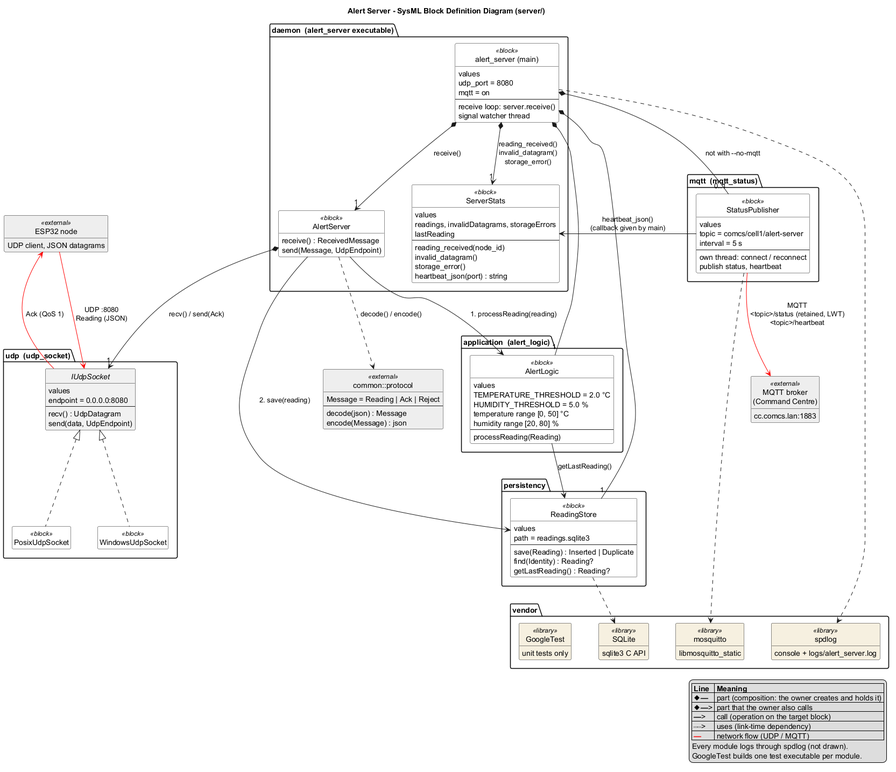
Before: docs/images/alert_server_blocks.png, a diagram exported from PlantUML (Sagiri197/project-comcs2627msc1a).
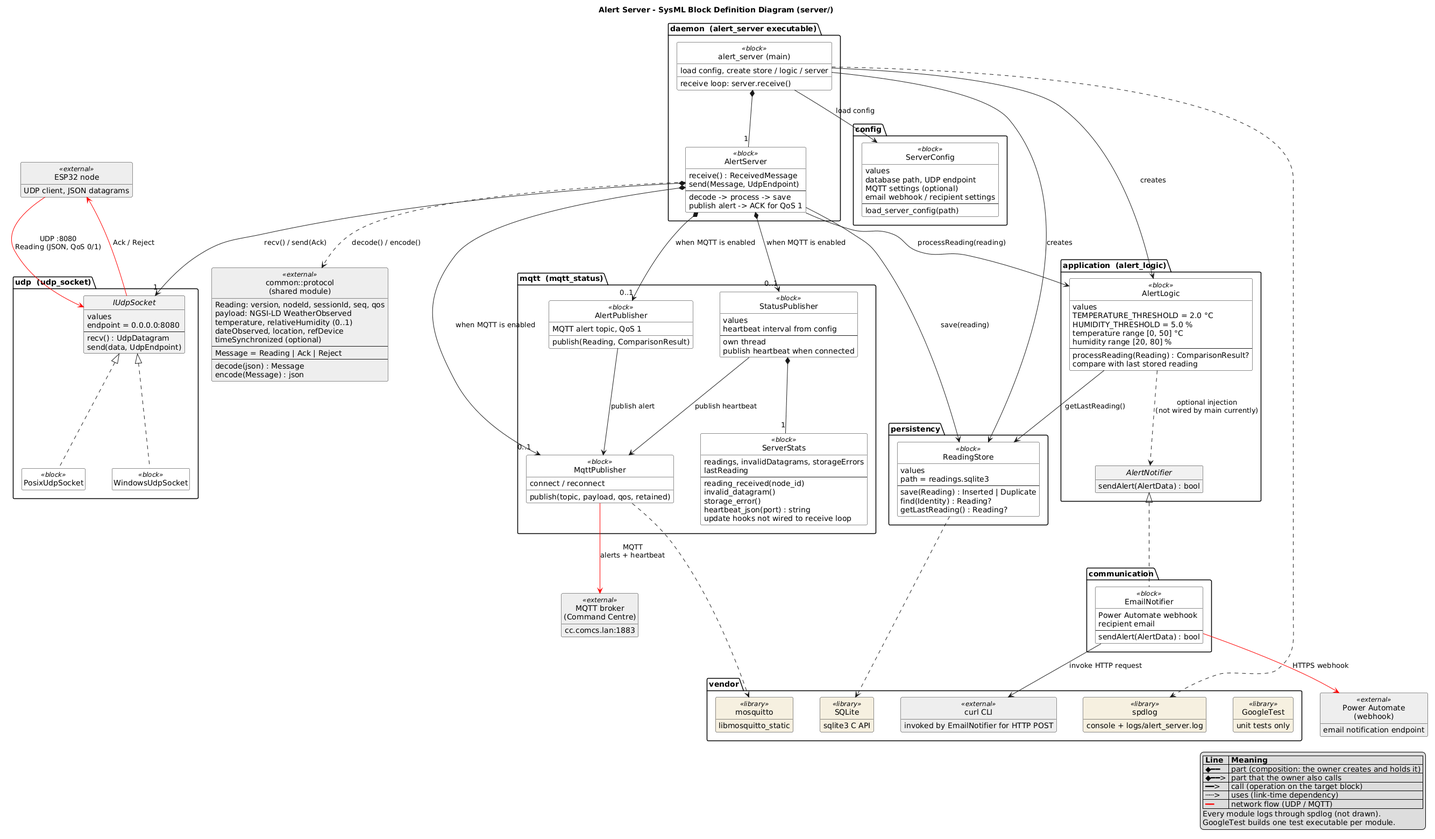
The same file after the commit.

The edit, as a diff of the source:
```diff
@@ -31,35 +31,44 @@
 class "MQTT broker\n(Command Centre)" as BROKER <<external>> {
   cc.comcs.lan:1883
 }
-class "common::protocol" as PROTOCOL <<external>> {
+class "common::protocol\n(shared module)" as PROTOCOL <<external>> {
+  Reading: version, nodeId, sessionId, seq, qos
+  payload: NGSI-LD WeatherObserved
+  temperature, relativeHumidity (0..1)
+  dateObserved, location, refDevice
+  timeSynchronized (optional)
+  --
   Message = Reading | Ack | Reject
   --
   decode(json) : Message
   encode(Message) : json
 }
+class "Power Automate\n(webhook)" as POWER_AUTOMATE <<external>> {
+  email notification endpoint
+}
 
 package "daemon  (alert_server executable)" as DAEMON {
   class "alert_server (main)" as MAIN <<block>> {
-    values
-    udp_port = 8080
-    mqtt = on
-    --
+    load config, create store / logic / server
     receive loop: server.receive()
-    signal watcher thread
   }
   class "AlertServer" as SERVER <<block>> {
     receive() : ReceivedMessage
     send(Message, UdpEndpoint)
+    --
+    decode -> process -> save
+    publish alert -> ACK for QoS 1
   }
-  class "ServerStats" as STATS <<block>> {
+}
+
+package "config" as CONFIG {
+  class "ServerConfig" as SETTINGS <<block>> {
     values
-    readings, invalidDatagrams, storageErrors
-    lastReading
+    database path, UDP endpoint
+    MQTT settings (optional)
+    email webhook / recipient settings
     --
-    reading_received(node_id)
-    invalid_datagram()
-    storage_error()
-    heartbeat_json(port) : string
+    load_server_config(path)
   }
 }
 
@@ -71,7 +80,11 @@
     temperature range [0, 50] °C
     humidity range [20, 80] %
     --
-    processReading(Reading)
+    processReading(Reading) : ComparisonResult?
+    compare with last stored reading
+  }
+  interface "AlertNotifier" as NOTIFIER {
+    sendAlert(AlertData) : bool
   }
 }
 
@@ -84,6 +97,16 @@
     find(Identity) : Reading?
     getLastReading() : Reading?
   }
+}
+
+package "communication" as COMM {
+  class "EmailNotifier" as EMAIL <<block>> {
+    Power Automate webhook
+    recipient email
+    --
+    sendAlert(AlertData) : bool
+  }
+  EMAIL .up.|> NOTIFIER
 }
 
 package "udp  (udp_socket)" as UDP {
@@ -101,13 +124,30 @@
 }
 
 package "mqtt  (mqtt_status)" as MQTT {
-  class "StatusPublisher" as PUBLISHER <<block>> {
+  class "MqttPublisher" as MQTTPUB <<block>> {
+    connect / reconnect
+    publish(topic, payload, qos, retained)
+  }
+  class "AlertPublisher" as ALERTPUB <<block>> {
+    publish(Reading, ComparisonResult)
+    MQTT alert topic, QoS 1
+  }
+  class "StatusPublisher" as STATUS <<block>> {
     values
-    topic = comcs/cell1/alert-server
-    interval = 5 s
+    heartbeat interval from config
     --
-    own thread: connect / reconnect
-    publish status, heartbeat
+    own thread
+    publish heartbeat when connected
+  }
+  class "ServerStats" as STATS <<block>> {
+    readings, invalidDatagrams, storageErrors
+    lastReading
+    --
+    reading_received(node_id)
+    invalid_datagram()
+    storage_error()
+    heartbeat_json(port) : string
+    update hooks not wired to receive loop
   }
 }
 
@@ -118,6 +158,9 @@
   class "mosquitto" as MOSQUITTO <<library>> {
     libmosquitto_static
   }
+  class "curl CLI" as CURL <<external>> {
+    invoked by EmailNotifier for HTTP POST
+  }
   class "spdlog" as SPDLOG <<library>> {
     console + logs/alert_server.log
   }
@@ -126,25 +169,32 @@
   }
 }
 
-MAIN *-- "1" STORE
-MAIN *-- "1" LOGIC
-MAIN *-- "0..1" PUBLISHER : not with --no-mqtt
+MAIN --> SETTINGS : load config
+MAIN --> STORE : creates
+MAIN --> LOGIC : creates
+MAIN *-- "1" SERVER
 
-MAIN *--> "1" SERVER : receive()
-MAIN *--> "1" STATS : reading_received()\ninvalid_datagram()\nstorage_error()
 SERVER *--> "1" SOCKET : recv() / send(Ack)
-SERVER --> LOGIC : 1. processReading(reading)
-SERVER --> STORE : 2. save(reading)
+SERVER --> LOGIC : processReading(reading)
+SERVER --> STORE : save(reading)
 LOGIC --> STORE : getLastReading()
-PUBLISHER --> STATS : heartbeat_json()\n(callback given by main)
+SERVER *--> "0..1" MQTTPUB : when MQTT is enabled
+SERVER *--> "0..1" ALERTPUB : when MQTT is enabled
+SERVER *--> "0..1" STATUS : when MQTT is enabled
+STATUS *-- "1" STATS
+STATUS --> MQTTPUB : publish heartbeat
+ALERTPUB --> MQTTPUB : publish alert
+LOGIC ..> NOTIFIER : optional injection\n(not wired by main currently)
+EMAIL --> CURL : invoke HTTP request
+EMAIL -[#red]-> POWER_AUTOMATE : HTTPS webhook
 
 SERVER ..> PROTOCOL : decode() / encode()
 STORE ..> SQLITE
-PUBLISHER ..> MOSQUITTO
+MQTTPUB ..> MOSQUITTO
 MAIN ..> SPDLOG
 
-ESP32 -[#red]-> SOCKET : UDP :8080\nReading (JSON)
-SOCKET -[#red]-> ESP32 : Ack (QoS 1)
-PUBLISHER -[#red]-> BROKER : MQTT\n<topic>/status (retained, LWT)\n<topic>/heartbeat
+ESP32 -[#red]-> SOCKET : UDP :8080\nReading (JSON, QoS 0/1)
+SOCKET -[#red]-> ESP32 : Ack / Reject
+MQTTPUB -[#red]-> BROKER : MQTT\nalerts + heartbeat
 
 @enduml
```
